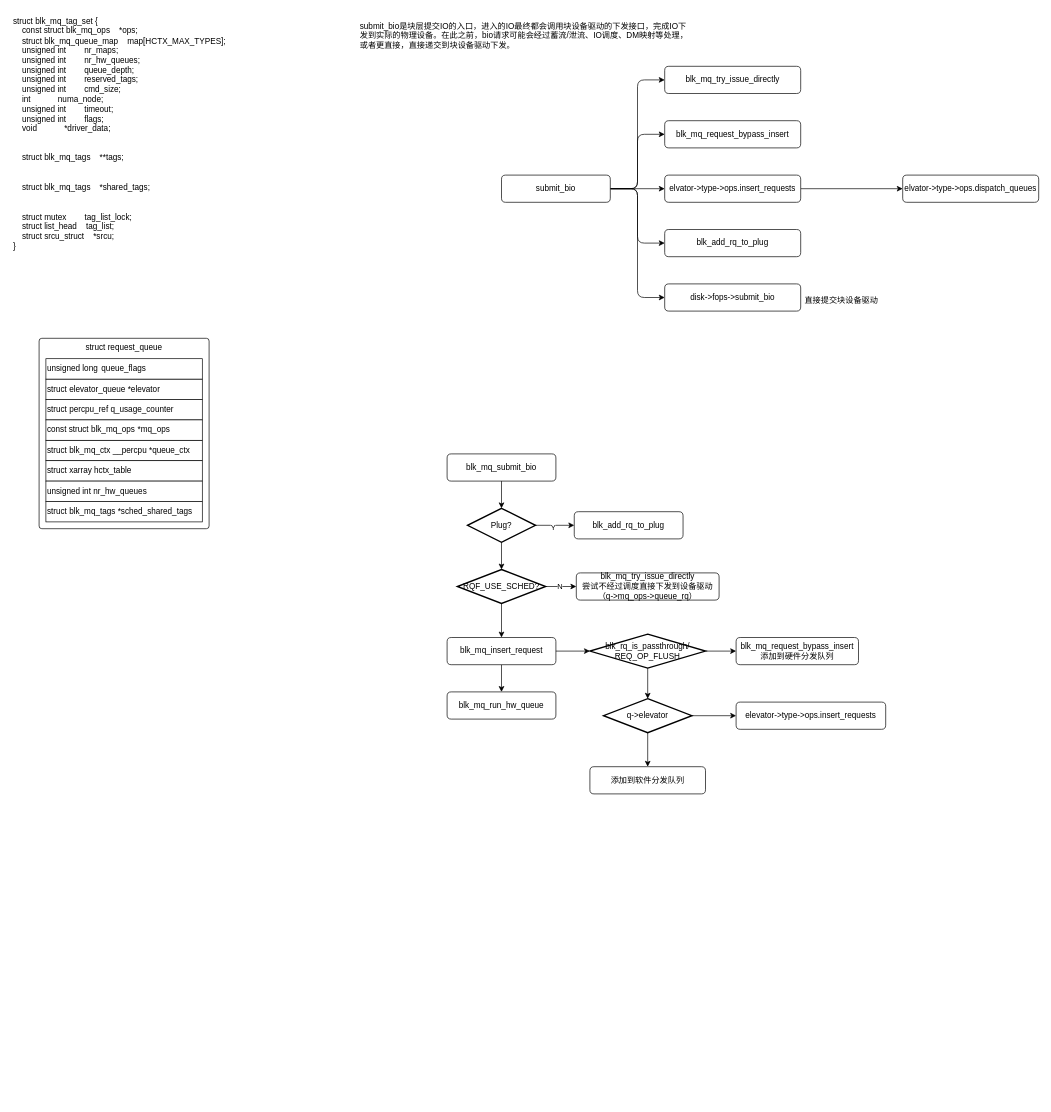
This is page "blk_mq" (3 of 11) of linux/linux_block.drawio from Aspiresky/draw.io, a draw.io file, before an edit. Source tidied: cells renumbered, new cells numbered last; positions are measured from the earlier drawing's top-left corner, leaving out a move shared by most shapes. Both pictures are drawn from the tidied source at 68%, with x=0, y=0 at pixel (12, 12).
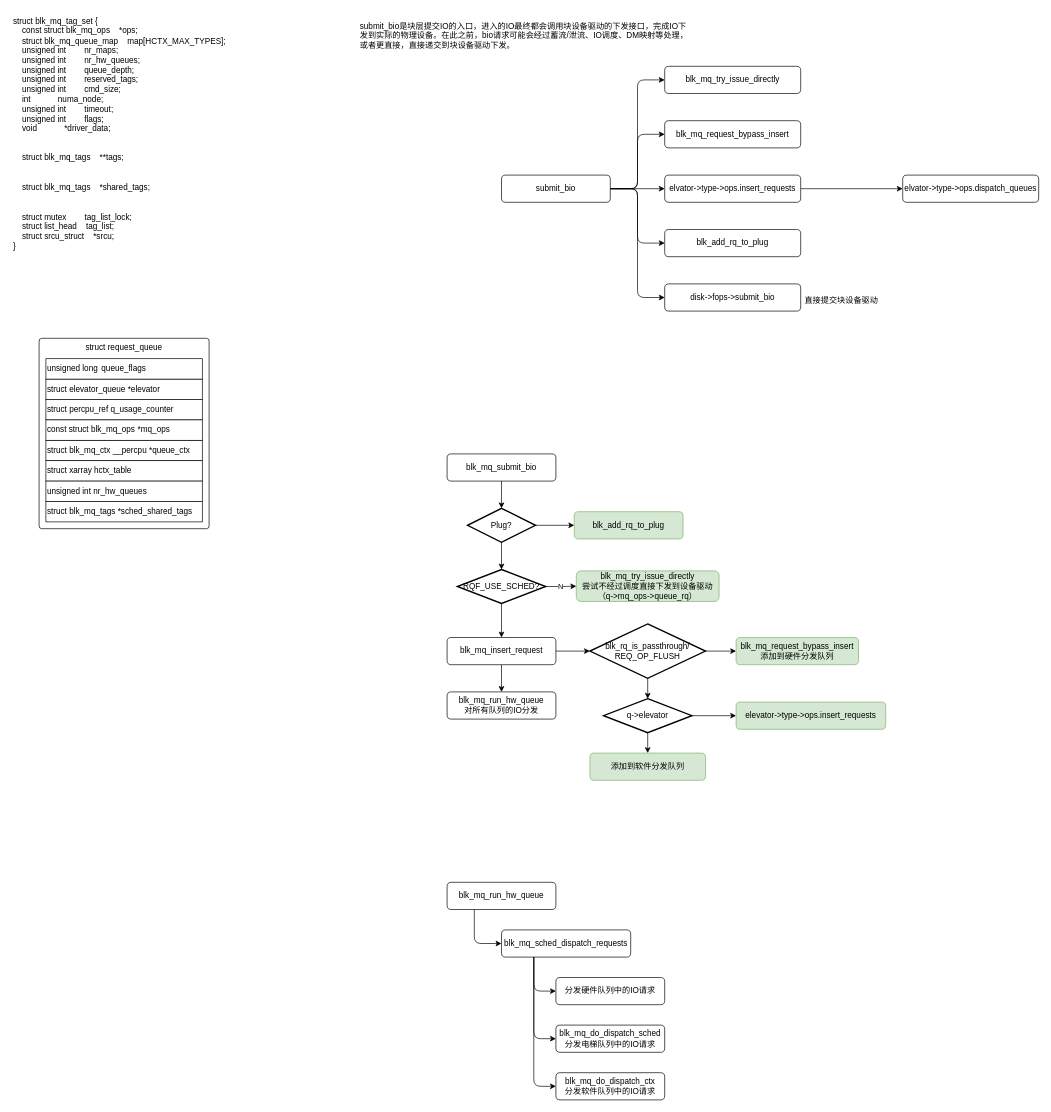
The same page after the edit.

Unchanged cells that the change refers to:
```xml
<mxCell id="31" value="Plug?" style="strokeWidth=2;html=1;shape=mxgraph.flowchart.decision;whiteSpace=wrap;" parent="1" vertex="1">
  <mxGeometry x="670" y="730" width="100" height="50" as="geometry" />
</mxCell>
```

The edit, as a diff of the source:
```diff
@@
+    <mxCell id="52" style="edgeStyle=orthogonalEdgeStyle;shape=connector;curved=0;rounded=1;jettySize=auto;html=1;exitX=0.25;exitY=1;exitDx=0;exitDy=0;entryX=0;entryY=0.5;entryDx=0;entryDy=0;strokeColor=default;align=center;verticalAlign=middle;fontFamily=Helvetica;fontSize=11;fontColor=default;labelBackgroundColor=default;endArrow=classic;" parent="1" edge="1" source="28" target="58">
+      <mxGeometry relative="1" as="geometry" />
+    </mxCell>
-    <mxCell id="28" value="blk_add_rq_to_plug" style="rounded=1;whiteSpace=wrap;html=1;" parent="1" vertex="1">
-      <mxGeometry x="827" y="735" width="160" height="40" as="geometry" />
+    <mxCell id="28" value="blk_mq_run_hw_queue" style="rounded=1;whiteSpace=wrap;html=1;" parent="1" vertex="1">
+      <mxGeometry x="640" y="1280" width="160" height="40" as="geometry" />
     </mxCell>
-    <mxCell id="29" style="edgeStyle=orthogonalEdgeStyle;rounded=1;jettySize=auto;html=1;exitX=1;exitY=0.5;exitDx=0;exitDy=0;exitPerimeter=0;entryX=0;entryY=0.5;entryDx=0;entryDy=0;curved=0;" parent="1" edge="1" source="31" target="28">
-      <mxGeometry relative="1" as="geometry" />
-    </mxCell>
-    <mxCell id="30" value="Y" style="edgeLabel;html=1;align=center;verticalAlign=middle;fontFamily=Helvetica;fontSize=11;fontColor=default;labelBackgroundColor=default;" parent="29" vertex="1">
-      <mxGeometry x="-0.13" y="-2" relative="1" as="geometry" />
-    </mxCell>
+    <mxCell id="53" style="edgeStyle=orthogonalEdgeStyle;shape=connector;curved=0;rounded=1;jettySize=auto;html=1;entryX=0;entryY=0.5;entryDx=0;entryDy=0;strokeColor=default;align=center;verticalAlign=middle;fontFamily=Helvetica;fontSize=11;fontColor=default;labelBackgroundColor=default;endArrow=classic;" parent="1" edge="1" source="31" target="54">
+      <mxGeometry relative="1" as="geometry" />
+    </mxCell>
@@
-    <mxCell id="37" value="blk_mq_try_issue_directly&lt;div&gt;尝试不经过调度直接下发到设备驱动（&lt;span style=&quot;background-color: transparent; color: light-dark(rgb(0, 0, 0), rgb(255, 255, 255));&quot;&gt;q-&amp;gt;mq_ops-&amp;gt;queue_rq&lt;/span&gt;&lt;span style=&quot;background-color: transparent; color: light-dark(rgb(0, 0, 0), rgb(255, 255, 255));&quot;&gt;）&lt;/span&gt;&lt;/div&gt;" style="rounded=1;whiteSpace=wrap;html=1;" parent="1" vertex="1">
-      <mxGeometry x="830" y="825" width="210" height="40" as="geometry" />
+    <mxCell id="37" value="blk_mq_try_issue_directly&lt;div&gt;尝试不经过调度直接下发到设备驱动（&lt;span style=&quot;background-color: transparent; color: light-dark(rgb(0, 0, 0), rgb(255, 255, 255));&quot;&gt;q-&amp;gt;mq_ops-&amp;gt;queue_rq&lt;/span&gt;&lt;span style=&quot;background-color: transparent; color: light-dark(rgb(0, 0, 0), rgb(255, 255, 255));&quot;&gt;）&lt;/span&gt;&lt;/div&gt;" style="rounded=1;whiteSpace=wrap;html=1;fillColor=#d5e8d4;strokeColor=#82b366;" parent="1" vertex="1">
+      <mxGeometry x="830" y="822" width="210" height="45" as="geometry" />
     </mxCell>
@@
-    <mxCell id="41" value="blk_mq_run_hw_queue" style="rounded=1;whiteSpace=wrap;html=1;" parent="1" vertex="1">
+    <mxCell id="41" value="blk_mq_run_hw_queue&lt;div&gt;对所有队列的IO分发&lt;/div&gt;" style="rounded=1;whiteSpace=wrap;html=1;" parent="1" vertex="1">
       <mxGeometry x="640" y="1000" width="160" height="40" as="geometry" />
     </mxCell>
@@
     <mxCell id="43" value="blk_rq_is_passthrough/&lt;div&gt;REQ_OP_FLUSH&lt;/div&gt;" style="strokeWidth=2;html=1;shape=mxgraph.flowchart.decision;whiteSpace=wrap;" parent="1" vertex="1">
-      <mxGeometry x="850" y="915" width="170" height="50" as="geometry" />
+      <mxGeometry x="850" y="900" width="170" height="80" as="geometry" />
     </mxCell>
@@
-    <mxCell id="45" value="blk_mq_request_bypass_insert&lt;div&gt;添加到硬件分发队列&lt;/div&gt;" style="rounded=1;whiteSpace=wrap;html=1;" parent="1" vertex="1">
+    <mxCell id="45" value="blk_mq_request_bypass_insert&lt;div&gt;添加到硬件分发队列&lt;/div&gt;" style="rounded=1;whiteSpace=wrap;html=1;fillColor=#d5e8d4;strokeColor=#82b366;" parent="1" vertex="1">
       <mxGeometry x="1065" y="920" width="180" height="40" as="geometry" />
     </mxCell>
@@
-    <mxCell id="50" value="elevator-&amp;gt;type-&amp;gt;ops.insert_requests" style="rounded=1;whiteSpace=wrap;html=1;" parent="1" vertex="1">
+    <mxCell id="50" value="elevator-&amp;gt;type-&amp;gt;ops.insert_requests" style="rounded=1;whiteSpace=wrap;html=1;fillColor=#d5e8d4;strokeColor=#82b366;" parent="1" vertex="1">
       <mxGeometry x="1065" y="1015" width="220" height="40" as="geometry" />
     </mxCell>
-    <mxCell id="51" value="添加到软件分发队列" style="rounded=1;whiteSpace=wrap;html=1;" parent="1" vertex="1">
-      <mxGeometry x="850" y="1110" width="170" height="40" as="geometry" />
+    <mxCell id="51" value="添加到软件分发队列" style="rounded=1;whiteSpace=wrap;html=1;fillColor=#d5e8d4;strokeColor=#82b366;" parent="1" vertex="1">
+      <mxGeometry x="850" y="1090" width="170" height="40" as="geometry" />
     </mxCell>
+    <mxCell id="54" value="blk_add_rq_to_plug" style="rounded=1;whiteSpace=wrap;html=1;fillColor=#d5e8d4;strokeColor=#82b366;" parent="1" vertex="1">
+      <mxGeometry x="827" y="735" width="160" height="40" as="geometry" />
+    </mxCell>
+    <mxCell id="55" style="edgeStyle=orthogonalEdgeStyle;shape=connector;curved=0;rounded=1;jettySize=auto;html=1;exitX=0.25;exitY=1;exitDx=0;exitDy=0;entryX=0;entryY=0.5;entryDx=0;entryDy=0;strokeColor=default;align=center;verticalAlign=middle;fontFamily=Helvetica;fontSize=11;fontColor=default;labelBackgroundColor=default;endArrow=classic;" parent="1" edge="1" source="58" target="59">
+      <mxGeometry relative="1" as="geometry" />
+    </mxCell>
+    <mxCell id="56" style="edgeStyle=orthogonalEdgeStyle;shape=connector;curved=0;rounded=1;jettySize=auto;html=1;exitX=0.25;exitY=1;exitDx=0;exitDy=0;entryX=0;entryY=0.5;entryDx=0;entryDy=0;strokeColor=default;align=center;verticalAlign=middle;fontFamily=Helvetica;fontSize=11;fontColor=default;labelBackgroundColor=default;endArrow=classic;" parent="1" edge="1" source="58" target="60">
+      <mxGeometry relative="1" as="geometry" />
+    </mxCell>
+    <mxCell id="57" style="edgeStyle=orthogonalEdgeStyle;shape=connector;curved=0;rounded=1;jettySize=auto;html=1;exitX=0.25;exitY=1;exitDx=0;exitDy=0;entryX=0;entryY=0.5;entryDx=0;entryDy=0;strokeColor=default;align=center;verticalAlign=middle;fontFamily=Helvetica;fontSize=11;fontColor=default;labelBackgroundColor=default;endArrow=classic;" parent="1" edge="1" source="58" target="61">
+      <mxGeometry relative="1" as="geometry" />
+    </mxCell>
+    <mxCell id="58" value="blk_mq_sched_dispatch_requests" style="rounded=1;whiteSpace=wrap;html=1;" parent="1" vertex="1">
+      <mxGeometry x="720" y="1350" width="190" height="40" as="geometry" />
+    </mxCell>
+    <mxCell id="59" value="分发硬件队列中的IO请求" style="rounded=1;whiteSpace=wrap;html=1;" parent="1" vertex="1">
+      <mxGeometry x="800" y="1420" width="160" height="40" as="geometry" />
+    </mxCell>
+    <mxCell id="60" value="blk_mq_do_dispatch_sched&lt;div&gt;分发电梯队列中的IO请求&lt;/div&gt;" style="rounded=1;whiteSpace=wrap;html=1;" parent="1" vertex="1">
+      <mxGeometry x="800" y="1490" width="160" height="40" as="geometry" />
+    </mxCell>
+    <mxCell id="61" value="blk_mq_do_dispatch_ctx&lt;div&gt;分发软件队列中的IO请求&lt;/div&gt;" style="rounded=1;whiteSpace=wrap;html=1;" parent="1" vertex="1">
+      <mxGeometry x="800" y="1560" width="160" height="40" as="geometry" />
+    </mxCell>
```
